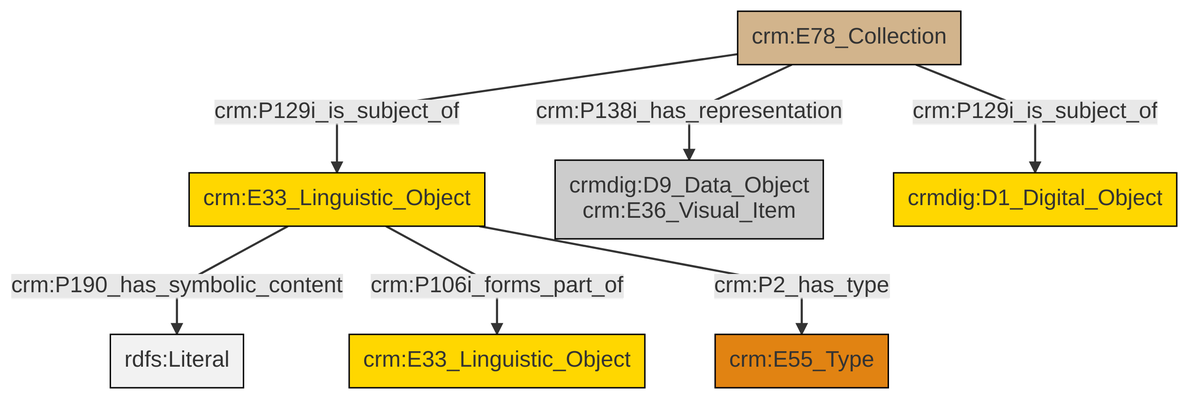
The Mermaid diagram et/archivalCSV/ttl/mmd/png/archival_docs.png in swiss-art-research-net/docs.swissartresearch, before a commit. Its source is kept beside it as et/archivalCSV/ttl/mmd/archival_docs.ttl.mmd.
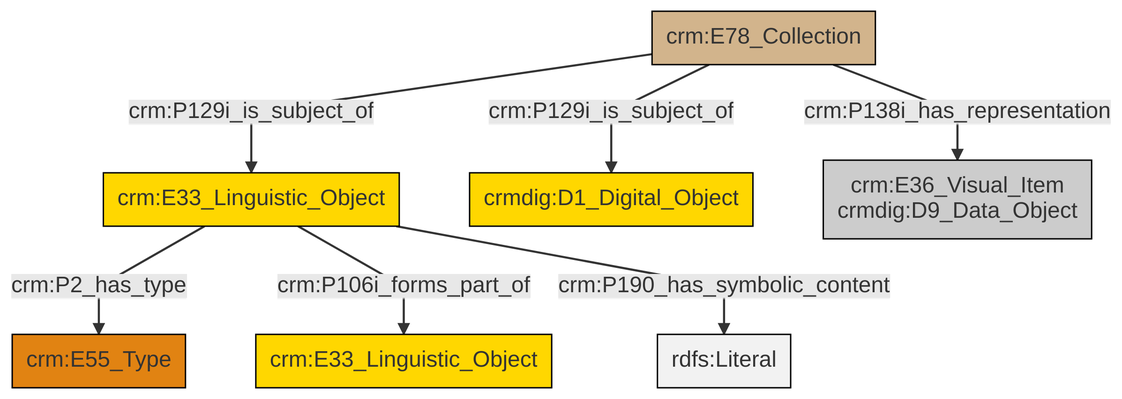
After the commit.

Change to the diagram source:
```diff
@@ -13,9 +13,9 @@
 classDef PC_Classes fill:#4ce600, stroke:#000000;
 classDef Multi fill:#cccccc,stroke:#000000;
 
-0["crm:E33_Linguistic_Object"]:::Conceptual_Object -->|crm:P190_has_symbolic_content| 1[rdfs:Literal]:::Literal
+0["crm:E33_Linguistic_Object"]:::Conceptual_Object -->|crm:P2_has_type| 1["crm:E55_Type"]:::Type
+4["crm:E78_Collection"]:::Physical_Thing -->|crm:P129i_is_subject_of| 5["crmdig:D1_Digital_Object"]:::Conceptual_Object
+4["crm:E78_Collection"]:::Physical_Thing -->|crm:P129i_is_subject_of| 0["crm:E33_Linguistic_Object"]:::Conceptual_Object
 0["crm:E33_Linguistic_Object"]:::Conceptual_Object -->|crm:P106i_forms_part_of| 2["crm:E33_Linguistic_Object"]:::Conceptual_Object
-10["crm:E78_Collection"]:::Physical_Thing -->|crm:P129i_is_subject_of| 8["crmdig:D1_Digital_Object"]:::Conceptual_Object
-10["crm:E78_Collection"]:::Physical_Thing -->|crm:P138i_has_representation| 5["crmdig:D9_Data_Object<br>crm:E36_Visual_Item"]:::Multi
-0["crm:E33_Linguistic_Object"]:::Conceptual_Object -->|crm:P2_has_type| 3["crm:E55_Type"]:::Type
-10["crm:E78_Collection"]:::Physical_Thing -->|crm:P129i_is_subject_of| 0["crm:E33_Linguistic_Object"]:::Conceptual_Object
+0["crm:E33_Linguistic_Object"]:::Conceptual_Object -->|crm:P190_has_symbolic_content| 10[rdfs:Literal]:::Literal
+4["crm:E78_Collection"]:::Physical_Thing -->|crm:P138i_has_representation| 6["crm:E36_Visual_Item<br>crmdig:D9_Data_Object"]:::Multi
```
